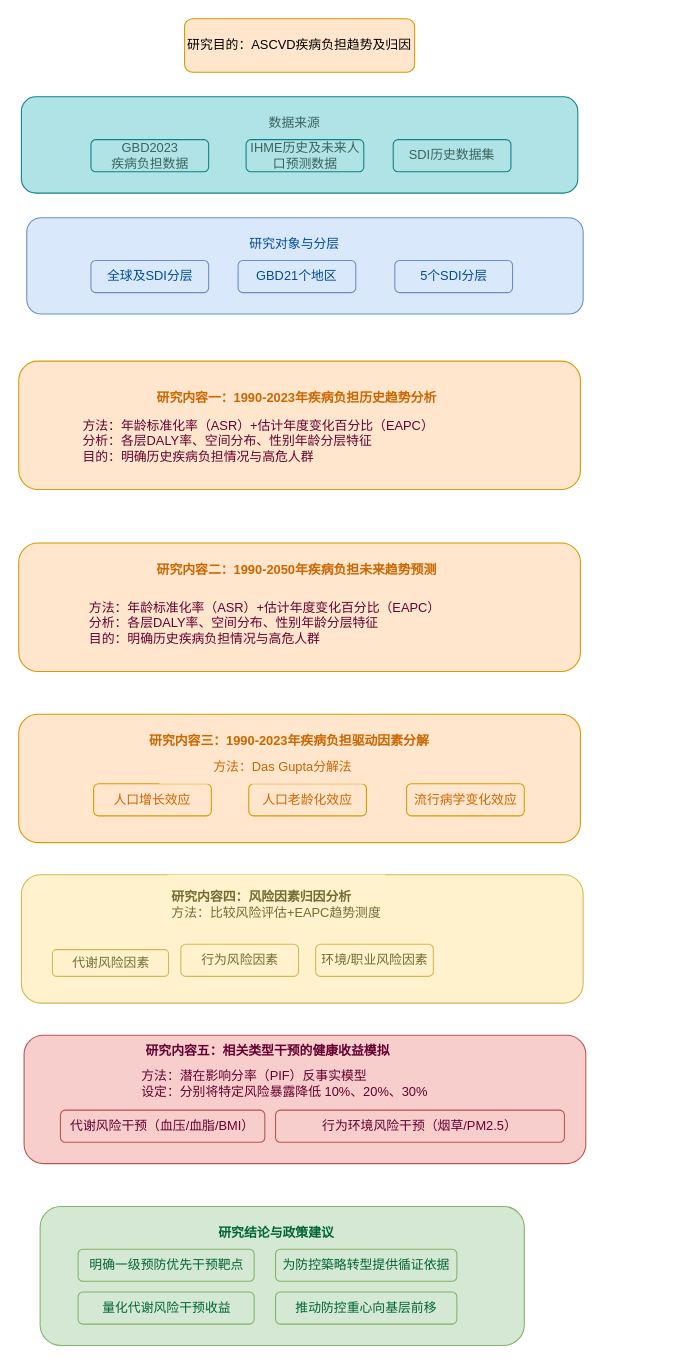
Earlier version of the draw.io diagram 未命名绘图.drawio (ShiYufei0708/draw). Source tidied: cells renumbered, new cells numbered last; positions are measured from the earlier drawing's top-left corner, leaving out a move shared by most shapes. Both pictures are drawn from the tidied source at 107%, with x=0, y=0 at pixel (18, 18).
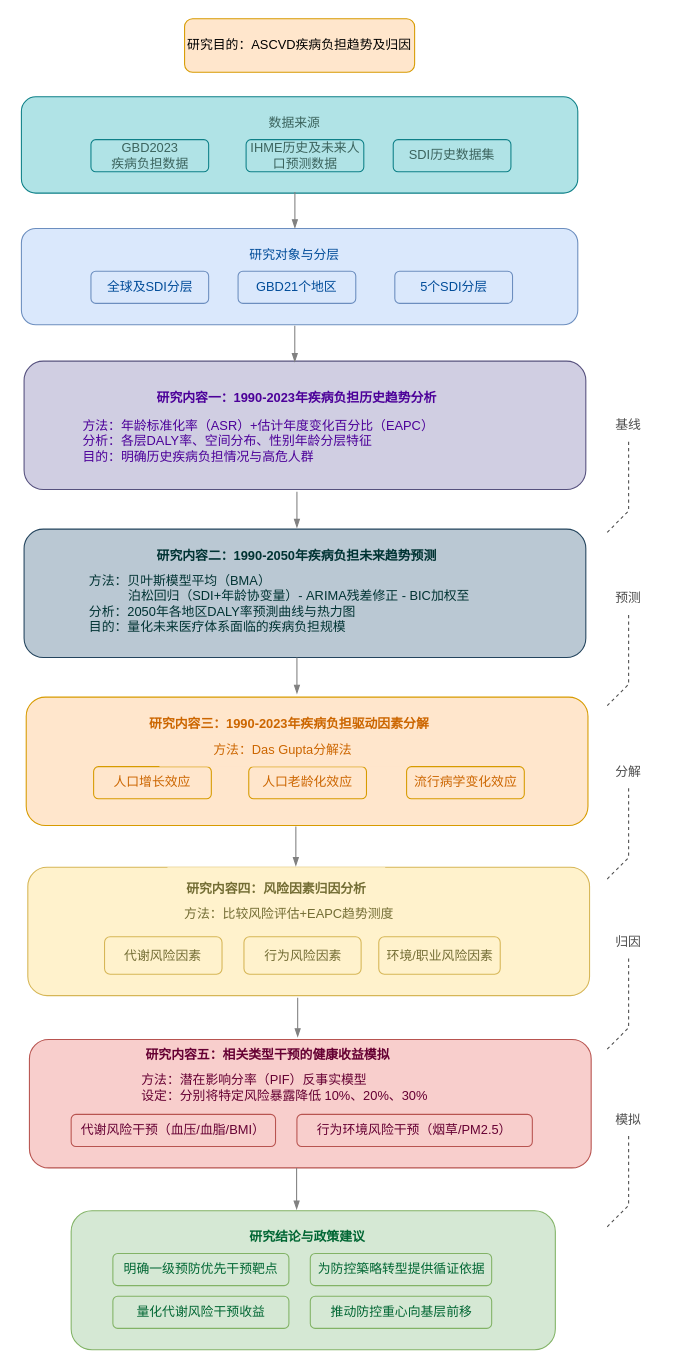
The same page after the edit.

Commit message:
技术路线图最新.drawio

What changed in the source:
```diff
@@
     <mxCell id="2" style="rounded=1;whiteSpace=wrap;html=1;fillColor=#dae8fc;strokeColor=#6c8ebf;" parent="1" vertex="1">
-      <mxGeometry x="7.5" y="186" width="520" height="90" as="geometry" />
+      <mxGeometry x="2.5" y="196" width="520" height="90" as="geometry" />
     </mxCell>
@@
     <mxCell id="4" value="&lt;span style=&quot;color: rgb(0, 76, 153);&quot;&gt;研究对象与分层&lt;/span&gt;" style="text;html=1;whiteSpace=wrap;strokeColor=none;fillColor=none;align=center;verticalAlign=middle;rounded=0;" parent="1" vertex="1">
-      <mxGeometry x="202.5" y="196" width="110" height="30" as="geometry" />
+      <mxGeometry x="202.5" y="206" width="110" height="30" as="geometry" />
     </mxCell>
     <mxCell id="5" value="&lt;span style=&quot;color: rgb(0, 76, 153);&quot;&gt;5个SDI分层&lt;/span&gt;" style="rounded=1;whiteSpace=wrap;html=1;fillColor=#dae8fc;strokeColor=#6c8ebf;" parent="1" vertex="1">
-      <mxGeometry x="351.5" y="226" width="110" height="30" as="geometry" />
+      <mxGeometry x="351.5" y="236" width="110" height="30" as="geometry" />
     </mxCell>
     <mxCell id="6" value="&lt;span style=&quot;color: rgb(0, 76, 153);&quot;&gt;GBD21个地区&lt;/span&gt;" style="rounded=1;whiteSpace=wrap;html=1;fillColor=#dae8fc;strokeColor=#6c8ebf;" parent="1" vertex="1">
-      <mxGeometry x="205" y="226" width="110" height="30" as="geometry" />
+      <mxGeometry x="205" y="236" width="110" height="30" as="geometry" />
     </mxCell>
     <mxCell id="7" value="&lt;font color=&quot;#004c99&quot;&gt;&lt;span style=&quot;caret-color: rgb(0, 76, 153);&quot;&gt;全球及SDI分层&lt;/span&gt;&lt;/font&gt;" style="rounded=1;whiteSpace=wrap;html=1;fillColor=#dae8fc;strokeColor=#6c8ebf;" parent="1" vertex="1">
-      <mxGeometry x="67.5" y="226" width="110" height="30" as="geometry" />
+      <mxGeometry x="67.5" y="236" width="110" height="30" as="geometry" />
     </mxCell>
@@
     <mxCell id="13" style="rounded=1;whiteSpace=wrap;html=1;fillColor=#ffe6cc;strokeColor=#d79b00;fontColor=#CC6600;" parent="1" vertex="1">
-      <mxGeometry y="650" width="525" height="120" as="geometry" />
+      <mxGeometry x="7" y="634" width="525" height="120" as="geometry" />
     </mxCell>
     <mxCell id="14" value="&lt;font&gt;&lt;span style=&quot;caret-color: rgb(0, 76, 153);&quot;&gt;研究内容三：1990-2023年疾病负担驱动因素分解&lt;/span&gt;&lt;/font&gt;" style="text;html=1;whiteSpace=wrap;strokeColor=none;fillColor=#ffe6cc;align=center;verticalAlign=middle;rounded=0;fontColor=#CC6600;fontStyle=1;" parent="1" vertex="1">
-      <mxGeometry x="117.5" y="660" width="270" height="30" as="geometry" />
+      <mxGeometry x="117.5" y="644" width="270" height="30" as="geometry" />
     </mxCell>
     <mxCell id="15" value="&lt;span style=&quot;&quot;&gt;流行病学变化效应&lt;/span&gt;" style="rounded=1;whiteSpace=wrap;html=1;fillColor=#ffe6cc;strokeColor=#d79b00;fontColor=#CC6600;" parent="1" vertex="1">
-      <mxGeometry x="362.5" y="715" width="110" height="30" as="geometry" />
+      <mxGeometry x="362.5" y="699" width="110" height="30" as="geometry" />
     </mxCell>
     <mxCell id="16" value="&lt;span style=&quot;&quot;&gt;人口老龄化效应&lt;/span&gt;" style="rounded=1;whiteSpace=wrap;html=1;fillColor=#ffe6cc;strokeColor=#d79b00;fontColor=#CC6600;" parent="1" vertex="1">
-      <mxGeometry x="215" y="715" width="110" height="30" as="geometry" />
+      <mxGeometry x="215" y="699" width="110" height="30" as="geometry" />
     </mxCell>
     <mxCell id="17" value="&lt;span style=&quot;&quot;&gt;人口增长效应&lt;/span&gt;" style="rounded=1;whiteSpace=wrap;html=1;fillColor=#ffe6cc;strokeColor=#d79b00;fontColor=#CC6600;" parent="1" vertex="1">
-      <mxGeometry x="70" y="715" width="110" height="30" as="geometry" />
+      <mxGeometry x="70" y="699" width="110" height="30" as="geometry" />
     </mxCell>
     <mxCell id="18" value="方法：Das Gupta分解法" style="text;html=1;whiteSpace=wrap;strokeColor=none;fillColor=#ffe6cc;align=center;verticalAlign=middle;rounded=0;fontColor=#CC6600;" parent="1" vertex="1">
-      <mxGeometry x="131.5" y="685" width="230" height="30" as="geometry" />
+      <mxGeometry x="131.5" y="669" width="230" height="30" as="geometry" />
     </mxCell>
     <mxCell id="19" style="rounded=1;whiteSpace=wrap;html=1;fillColor=#fff2cc;strokeColor=#d6b656;fontColor=#736D34;" parent="1" vertex="1">
-      <mxGeometry x="2.5" y="800" width="525" height="120" as="geometry" />
+      <mxGeometry x="8.5" y="793" width="525" height="120" as="geometry" />
     </mxCell>
-    <mxCell id="20" value="&lt;div style=&quot;text-align: left;&quot;&gt;&lt;span style=&quot;caret-color: rgb(0, 76, 153);&quot;&gt;&lt;b&gt;研究内容四：风险因素归因分析&lt;/b&gt;&lt;/span&gt;&lt;/div&gt;&lt;div style=&quot;text-align: left;&quot;&gt;&lt;font&gt;&lt;span style=&quot;caret-color: rgb(0, 76, 153);&quot;&gt;&lt;span style=&quot;caret-color: rgb(115, 109, 52);&quot;&gt;方法：比较风险评估+EAPC趋势测度&lt;/span&gt;&lt;br&gt;&lt;/span&gt;&lt;/font&gt;&lt;/div&gt;" style="text;html=1;whiteSpace=wrap;strokeColor=none;fillColor=#fff2cc;align=center;verticalAlign=middle;rounded=0;fontColor=#736D34;" parent="1" vertex="1">
-      <mxGeometry x="139" y="800" width="203.5" height="55" as="geometry" />
+    <mxCell id="20" value="&lt;div style=&quot;text-align: left;&quot;&gt;&lt;span style=&quot;caret-color: rgb(0, 76, 153);&quot;&gt;&lt;b&gt;研究内容四：风险因素归因分析&lt;/b&gt;&lt;/span&gt;&lt;/div&gt;&lt;div style=&quot;text-align: left;&quot;&gt;&lt;font&gt;&lt;span style=&quot;caret-color: rgb(0, 76, 153);&quot;&gt;&lt;br&gt;&lt;/span&gt;&lt;/font&gt;&lt;/div&gt;" style="text;html=1;whiteSpace=wrap;strokeColor=none;fillColor=#fff2cc;align=center;verticalAlign=middle;rounded=0;fontColor=#736D34;" parent="1" vertex="1">
+      <mxGeometry x="139" y="793" width="203.5" height="55" as="geometry" />
     </mxCell>
     <mxCell id="21" value="环境/职业风险因素" style="rounded=1;whiteSpace=wrap;html=1;fillColor=#fff2cc;strokeColor=#d6b656;fontColor=#736D34;" parent="1" vertex="1">
-      <mxGeometry x="277.5" y="865" width="110" height="30" as="geometry" />
+      <mxGeometry x="336.5" y="858" width="113.5" height="35" as="geometry" />
     </mxCell>
     <mxCell id="22" value="行为风险因素" style="rounded=1;whiteSpace=wrap;html=1;fillColor=#fff2cc;strokeColor=#d6b656;fontColor=#736D34;" parent="1" vertex="1">
-      <mxGeometry x="151.5" y="865" width="110" height="30" as="geometry" />
+      <mxGeometry x="210.5" y="858" width="109.5" height="35" as="geometry" />
     </mxCell>
     <mxCell id="23" value="代谢风险因素" style="rounded=1;whiteSpace=wrap;html=1;fillColor=#fff2cc;strokeColor=#d6b656;fontColor=#736D34;" parent="1" vertex="1">
-      <mxGeometry x="31.5" y="870" width="108.5" height="25" as="geometry" />
+      <mxGeometry x="80.2" y="858" width="109.8" height="35" as="geometry" />
     </mxCell>
     <mxCell id="24" style="rounded=1;whiteSpace=wrap;html=1;fillColor=#f8cecc;strokeColor=#b85450;fontColor=#660033;" parent="1" vertex="1">
-      <mxGeometry x="5" y="950" width="525" height="120" as="geometry" />
+      <mxGeometry x="10" y="954" width="525" height="120" as="geometry" />
     </mxCell>
     <mxCell id="25" value="&lt;font&gt;&lt;span style=&quot;caret-color: rgb(0, 76, 153);&quot;&gt;研究内容五：相关类型干预的健康收益模拟&lt;/span&gt;&lt;/font&gt;" style="text;html=1;whiteSpace=wrap;strokeColor=none;fillColor=none;align=center;verticalAlign=middle;rounded=0;fontColor=#660033;fontStyle=1;" parent="1" vertex="1">
-      <mxGeometry x="112.5" y="950" width="240" height="30" as="geometry" />
+      <mxGeometry x="112.5" y="954" width="240" height="30" as="geometry" />
     </mxCell>
     <mxCell id="26" value="行为环境风险干预（烟草/PM2.5）" style="rounded=1;whiteSpace=wrap;html=1;fillColor=#f8cecc;strokeColor=#b85450;fontColor=#660033;" parent="1" vertex="1">
-      <mxGeometry x="240" y="1020" width="270" height="30" as="geometry" />
+      <mxGeometry x="260" y="1024" width="220" height="30" as="geometry" />
     </mxCell>
     <mxCell id="27" value="代谢风险干预（血压/血脂/BMI）" style="rounded=1;whiteSpace=wrap;html=1;fillColor=#f8cecc;strokeColor=#b85450;fontColor=#660033;" parent="1" vertex="1">
-      <mxGeometry x="39" y="1020" width="191" height="30" as="geometry" />
+      <mxGeometry x="49" y="1024" width="191" height="30" as="geometry" />
     </mxCell>
     <mxCell id="28" value="方法：潜在影响分率（PIF）反事实模型&amp;nbsp;&lt;div&gt;设定：分别将特定风险暴露降低 10%、20%、30%&lt;/div&gt;" style="text;html=1;whiteSpace=wrap;strokeColor=none;fillColor=none;align=left;verticalAlign=middle;rounded=0;fontColor=#660033;" parent="1" vertex="1">
-      <mxGeometry x="112.5" y="980" width="310" height="30" as="geometry" />
+      <mxGeometry x="112.5" y="984" width="310" height="30" as="geometry" />
     </mxCell>
     <mxCell id="29" style="rounded=1;whiteSpace=wrap;html=1;fillColor=#d5e8d4;strokeColor=#82b366;fontColor=#006633;" parent="1" vertex="1">
-      <mxGeometry x="20" y="1110" width="452.5" height="130" as="geometry" />
+      <mxGeometry x="49" y="1114" width="452.5" height="130" as="geometry" />
     </mxCell>
     <mxCell id="30" value="研究结论与政策建议" style="text;html=1;whiteSpace=wrap;strokeColor=none;fillColor=none;align=center;verticalAlign=middle;rounded=0;fontColor=#006633;fontStyle=1;" parent="1" vertex="1">
-      <mxGeometry x="185.8" y="1120" width="110" height="30" as="geometry" />
+      <mxGeometry x="214.8" y="1124" width="110" height="30" as="geometry" />
     </mxCell>
     <mxCell id="31" value="&lt;span style=&quot;caret-color: rgb(0, 0, 0);&quot;&gt;为防控築略转型提供循证依据&lt;/span&gt;" style="rounded=1;whiteSpace=wrap;html=1;fillColor=#d5e8d4;strokeColor=#82b366;fontColor=#006633;" parent="1" vertex="1">
-      <mxGeometry x="240" y="1150" width="169.5" height="30" as="geometry" />
+      <mxGeometry x="272.5" y="1154" width="169.5" height="30" as="geometry" />
     </mxCell>
     <mxCell id="32" value="&lt;div&gt;明确一级预防优先干预靶点&lt;br&gt;&lt;/div&gt;" style="rounded=1;whiteSpace=wrap;html=1;fillColor=#d5e8d4;strokeColor=#82b366;fontColor=#006633;" parent="1" vertex="1">
-      <mxGeometry x="55.5" y="1150" width="164.5" height="30" as="geometry" />
+      <mxGeometry x="88" y="1154" width="164.5" height="30" as="geometry" />
     </mxCell>
     <mxCell id="33" value="&lt;div&gt;量化代谢风险干预收益&lt;br&gt;&lt;/div&gt;" style="rounded=1;whiteSpace=wrap;html=1;fillColor=#d5e8d4;strokeColor=#82b366;fontColor=#006633;" parent="1" vertex="1">
-      <mxGeometry x="55.5" y="1190" width="164.5" height="30" as="geometry" />
+      <mxGeometry x="88" y="1194" width="164.5" height="30" as="geometry" />
     </mxCell>
     <mxCell id="34" value="&lt;span style=&quot;caret-color: rgb(0, 0, 0);&quot;&gt;推动防控重心向基层前移&lt;/span&gt;" style="rounded=1;whiteSpace=wrap;html=1;fillColor=#d5e8d4;strokeColor=#82b366;fontColor=#006633;" parent="1" vertex="1">
-      <mxGeometry x="240" y="1190" width="169.5" height="30" as="geometry" />
+      <mxGeometry x="272.5" y="1194" width="169.5" height="30" as="geometry" />
     </mxCell>
-    <mxCell id="35" style="rounded=1;whiteSpace=wrap;html=1;fillColor=#ffe6cc;strokeColor=#d79b00;fontColor=#CC6600;labelBorderColor=default;labelBackgroundColor=default;" parent="1" vertex="1">
-      <mxGeometry y="320" width="525" height="120" as="geometry" />
+    <mxCell id="35" style="rounded=1;whiteSpace=wrap;html=1;fillColor=#d0cee2;strokeColor=#56517e;labelBorderColor=default;labelBackgroundColor=default;fontColor=#4C0099;" parent="1" vertex="1">
+      <mxGeometry x="5" y="320" width="525" height="120" as="geometry" />
     </mxCell>
-    <mxCell id="36" style="rounded=1;whiteSpace=wrap;html=1;fillColor=#ffe6cc;strokeColor=#d79b00;fontColor=#CC6600;" parent="1" vertex="1">
-      <mxGeometry y="490" width="525" height="120" as="geometry" />
+    <mxCell id="36" style="rounded=1;whiteSpace=wrap;html=1;fillColor=#bac8d3;strokeColor=#23445d;" parent="1" vertex="1">
+      <mxGeometry x="5" y="477" width="525" height="120" as="geometry" />
     </mxCell>
-    <mxCell id="37" value="方法：年龄标准化率（ASR）+估计年度变化百分比（EAPC）&amp;nbsp;&lt;div&gt;分析：各层DALY率、空间分布、性别年龄分层特征&lt;/div&gt;&lt;div&gt;目的：明确历史疾病负担情况与高危人群&lt;/div&gt;" style="text;html=1;whiteSpace=wrap;strokeColor=none;fillColor=none;align=left;verticalAlign=middle;rounded=0;fontColor=#660033;" parent="1" vertex="1">
+    <mxCell id="37" value="方法：年龄标准化率（ASR）+估计年度变化百分比（EAPC）&amp;nbsp;&lt;div&gt;分析：各层DALY率、空间分布、性别年龄分层特征&lt;/div&gt;&lt;div&gt;目的：明确历史疾病负担情况与高危人群&lt;/div&gt;" style="text;html=1;whiteSpace=wrap;strokeColor=none;fillColor=none;align=left;verticalAlign=middle;rounded=0;fontColor=#4C0099;" parent="1" vertex="1">
       <mxGeometry x="57.8" y="380" width="366" height="30" as="geometry" />
     </mxCell>
-    <mxCell id="38" value="&lt;font&gt;&lt;span style=&quot;caret-color: rgb(0, 76, 153);&quot;&gt;研究内容二：1990-2050年疾病负担未来趋势预测&lt;/span&gt;&lt;/font&gt;" style="text;html=1;whiteSpace=wrap;strokeColor=none;fillColor=#ffe6cc;align=center;verticalAlign=middle;rounded=0;fontColor=#CC6600;fontStyle=1;" parent="1" vertex="1">
-      <mxGeometry x="125" y="500" width="270" height="30" as="geometry" />
+    <mxCell id="38" value="&lt;font&gt;&lt;span style=&quot;caret-color: rgb(0, 76, 153);&quot;&gt;研究内容二：1990-2050年疾病负担未来趋势预测&lt;/span&gt;&lt;/font&gt;" style="text;html=1;whiteSpace=wrap;strokeColor=none;fillColor=none;align=center;verticalAlign=middle;rounded=0;fontStyle=1;fontColor=#003333;" parent="1" vertex="1">
+      <mxGeometry x="125" y="487" width="270" height="30" as="geometry" />
     </mxCell>
-    <mxCell id="39" value="&lt;font&gt;&lt;span style=&quot;caret-color: rgb(0, 76, 153);&quot;&gt;研究内容一：1990-2023年疾病负担历史趋势分析&lt;/span&gt;&lt;/font&gt;" style="text;html=1;whiteSpace=wrap;strokeColor=none;fillColor=#ffe6cc;align=center;verticalAlign=middle;rounded=0;fontColor=#CC6600;fontStyle=1;" parent="1" vertex="1">
+    <mxCell id="39" value="&lt;font&gt;&lt;span style=&quot;caret-color: rgb(0, 76, 153);&quot;&gt;研究内容一：1990-2023年疾病负担历史趋势分析&lt;/span&gt;&lt;/font&gt;" style="text;html=1;whiteSpace=wrap;strokeColor=none;fillColor=none;align=center;verticalAlign=middle;rounded=0;fontStyle=1;fontColor=#4C0099;" parent="1" vertex="1">
       <mxGeometry x="125" y="340" width="270" height="30" as="geometry" />
     </mxCell>
-    <mxCell id="40" value="方法：年龄标准化率（ASR）+估计年度变化百分比（EAPC）&amp;nbsp;&lt;div&gt;分析：各层DALY率、空间分布、性别年龄分层特征&lt;/div&gt;&lt;div&gt;目的：明确历史疾病负担情况与高危人群&lt;/div&gt;" style="text;html=1;whiteSpace=wrap;strokeColor=none;fillColor=none;align=left;verticalAlign=middle;rounded=0;fontColor=#660033;" parent="1" vertex="1">
-      <mxGeometry x="63.5" y="550" width="366" height="30" as="geometry" />
+    <mxCell id="40" value="方法：贝叶斯模型平均（BMA）&amp;nbsp;&lt;div&gt;&lt;span style=&quot;white-space: pre;&quot;&gt;&#9;   &lt;/span&gt;泊松回归（SDI+年龄协变量）- ARIMA残差修正 - BIC加权至&lt;div&gt;分析：2050年各地区DALY率预測曲线与热力图&amp;nbsp;&lt;/div&gt;&lt;div&gt;目的：量化未来医疗体系面临的疾病负担规模&amp;nbsp;&lt;/div&gt;&lt;/div&gt;" style="text;html=1;whiteSpace=wrap;strokeColor=none;fillColor=none;align=left;verticalAlign=middle;rounded=0;fontColor=#003333;" parent="1" vertex="1">
+      <mxGeometry x="63.5" y="527" width="366" height="40" as="geometry" />
     </mxCell>
+    <mxCell id="41" value="&lt;span style=&quot;caret-color: rgb(115, 109, 52); color: rgb(115, 109, 52); font-family: Helvetica; font-size: 12px; font-style: normal; font-variant-caps: normal; font-weight: 400; letter-spacing: normal; text-align: left; text-indent: 0px; text-transform: none; white-space: normal; word-spacing: 0px; -webkit-text-stroke-width: 0px; text-decoration: none; float: none; display: inline !important;&quot;&gt;方法：比较风险评估+EAPC趋势测度&lt;/span&gt;" style="text;whiteSpace=wrap;html=1;" parent="1" vertex="1">
+      <mxGeometry x="152.5" y="823" width="230" height="40" as="geometry" />
+    </mxCell>
+    <mxCell id="42" style="endArrow=blockThin;html=1;rounded=0;endFill=1;strokeColor=#808080;strokeWidth=1;" parent="1" edge="1">
+      <mxGeometry relative="1" as="geometry">
+        <mxPoint x="258" y="287" as="sourcePoint" />
+        <mxPoint x="258" y="321" as="targetPoint" />
+      </mxGeometry>
+    </mxCell>
+    <mxCell id="43" style="endArrow=blockThin;html=1;rounded=0;endFill=1;strokeColor=#808080;strokeWidth=1;" parent="1" edge="1">
+      <mxGeometry relative="1" as="geometry">
+        <mxPoint x="259" y="755" as="sourcePoint" />
+        <mxPoint x="259" y="792" as="targetPoint" />
+      </mxGeometry>
+    </mxCell>
+    <mxCell id="44" style="endArrow=blockThin;html=1;rounded=0;endFill=1;strokeColor=#808080;strokeWidth=1;" parent="1" edge="1">
+      <mxGeometry relative="1" as="geometry">
+        <mxPoint x="258.1" y="162" as="sourcePoint" />
+        <mxPoint x="258.1" y="196" as="targetPoint" />
+      </mxGeometry>
+    </mxCell>
+    <mxCell id="45" style="endArrow=blockThin;html=1;rounded=0;endFill=1;strokeColor=#808080;strokeWidth=1;" parent="1" edge="1">
+      <mxGeometry relative="1" as="geometry">
+        <mxPoint x="260" y="442" as="sourcePoint" />
+        <mxPoint x="260" y="476" as="targetPoint" />
+      </mxGeometry>
+    </mxCell>
+    <mxCell id="46" style="endArrow=blockThin;html=1;rounded=0;endFill=1;strokeColor=#808080;strokeWidth=1;" parent="1" edge="1">
+      <mxGeometry relative="1" as="geometry">
+        <mxPoint x="260" y="597" as="sourcePoint" />
+        <mxPoint x="260" y="631" as="targetPoint" />
+      </mxGeometry>
+    </mxCell>
+    <mxCell id="47" style="endArrow=blockThin;html=1;rounded=0;endFill=1;strokeColor=#808080;strokeWidth=1;" parent="1" edge="1">
+      <mxGeometry relative="1" as="geometry">
+        <mxPoint x="260.7" y="915" as="sourcePoint" />
+        <mxPoint x="260.7" y="952" as="targetPoint" />
+      </mxGeometry>
+    </mxCell>
+    <mxCell id="48" style="endArrow=blockThin;html=1;rounded=0;endFill=1;strokeColor=#808080;strokeWidth=1;" parent="1" edge="1">
+      <mxGeometry relative="1" as="geometry">
+        <mxPoint x="259.7" y="1074" as="sourcePoint" />
+        <mxPoint x="259.7" y="1113" as="targetPoint" />
+      </mxGeometry>
+    </mxCell>
+    <mxCell id="49" value="&lt;span style=&quot;color: rgb(77, 77, 77);&quot;&gt;基线&lt;/span&gt;" style="text;html=1;whiteSpace=wrap;strokeColor=none;fillColor=none;align=center;verticalAlign=middle;rounded=0;" parent="1" vertex="1">
+      <mxGeometry x="540" y="365" width="60" height="30" as="geometry" />
+    </mxCell>
+    <mxCell id="50" style="endArrow=none;dashed=1;html=1;rounded=0;strokeColor=#4D4D4D;entryX=0.5;entryY=1;entryDx=0;entryDy=0;" parent="1" edge="1" target="49">
+      <mxGeometry relative="1" as="geometry">
+        <mxPoint x="550" y="480" as="sourcePoint" />
+        <Array as="points">
+          <mxPoint x="570" y="460" />
+        </Array>
+      </mxGeometry>
+    </mxCell>
+    <mxCell id="51" value="&lt;span style=&quot;caret-color: rgb(77, 77, 77); color: rgb(77, 77, 77);&quot;&gt;预测&lt;/span&gt;" style="text;html=1;whiteSpace=wrap;strokeColor=none;fillColor=none;align=center;verticalAlign=middle;rounded=0;" parent="1" vertex="1">
+      <mxGeometry x="540" y="527" width="60" height="30" as="geometry" />
+    </mxCell>
+    <mxCell id="52" style="endArrow=none;dashed=1;html=1;rounded=0;strokeColor=#4D4D4D;entryX=0.5;entryY=1;entryDx=0;entryDy=0;" parent="1" edge="1" target="51">
+      <mxGeometry relative="1" as="geometry">
+        <mxPoint x="550" y="642" as="sourcePoint" />
+        <Array as="points">
+          <mxPoint x="570" y="622" />
+        </Array>
+      </mxGeometry>
+    </mxCell>
+    <mxCell id="53" value="&lt;font color=&quot;#4d4d4d&quot;&gt;&lt;span style=&quot;caret-color: rgb(77, 77, 77);&quot;&gt;分解&lt;/span&gt;&lt;/font&gt;" style="text;html=1;whiteSpace=wrap;strokeColor=none;fillColor=none;align=center;verticalAlign=middle;rounded=0;" parent="1" vertex="1">
+      <mxGeometry x="540" y="689" width="60" height="30" as="geometry" />
+    </mxCell>
+    <mxCell id="54" style="endArrow=none;dashed=1;html=1;rounded=0;strokeColor=#4D4D4D;entryX=0.5;entryY=1;entryDx=0;entryDy=0;" parent="1" edge="1" target="53">
+      <mxGeometry relative="1" as="geometry">
+        <mxPoint x="550" y="804" as="sourcePoint" />
+        <Array as="points">
+          <mxPoint x="570" y="784" />
+        </Array>
+      </mxGeometry>
+    </mxCell>
+    <mxCell id="55" value="&lt;font color=&quot;#4d4d4d&quot;&gt;&lt;span style=&quot;caret-color: rgb(77, 77, 77);&quot;&gt;归因&lt;/span&gt;&lt;/font&gt;" style="text;html=1;whiteSpace=wrap;strokeColor=none;fillColor=none;align=center;verticalAlign=middle;rounded=0;" parent="1" vertex="1">
+      <mxGeometry x="540" y="848" width="60" height="30" as="geometry" />
+    </mxCell>
+    <mxCell id="56" style="endArrow=none;dashed=1;html=1;rounded=0;strokeColor=#4D4D4D;entryX=0.5;entryY=1;entryDx=0;entryDy=0;" parent="1" edge="1" target="55">
+      <mxGeometry relative="1" as="geometry">
+        <mxPoint x="550" y="963" as="sourcePoint" />
+        <Array as="points">
+          <mxPoint x="570" y="943" />
+        </Array>
+      </mxGeometry>
+    </mxCell>
+    <mxCell id="57" value="&lt;font color=&quot;#4d4d4d&quot;&gt;&lt;span style=&quot;caret-color: rgb(77, 77, 77);&quot;&gt;模拟&lt;/span&gt;&lt;/font&gt;" style="text;html=1;whiteSpace=wrap;strokeColor=none;fillColor=none;align=center;verticalAlign=middle;rounded=0;" parent="1" vertex="1">
+      <mxGeometry x="540" y="1014" width="60" height="30" as="geometry" />
+    </mxCell>
+    <mxCell id="58" style="endArrow=none;dashed=1;html=1;rounded=0;strokeColor=#4D4D4D;entryX=0.5;entryY=1;entryDx=0;entryDy=0;" parent="1" edge="1" target="57">
+      <mxGeometry relative="1" as="geometry">
+        <mxPoint x="550" y="1129" as="sourcePoint" />
+        <Array as="points">
+          <mxPoint x="570" y="1109" />
+        </Array>
+      </mxGeometry>
+    </mxCell>
```
